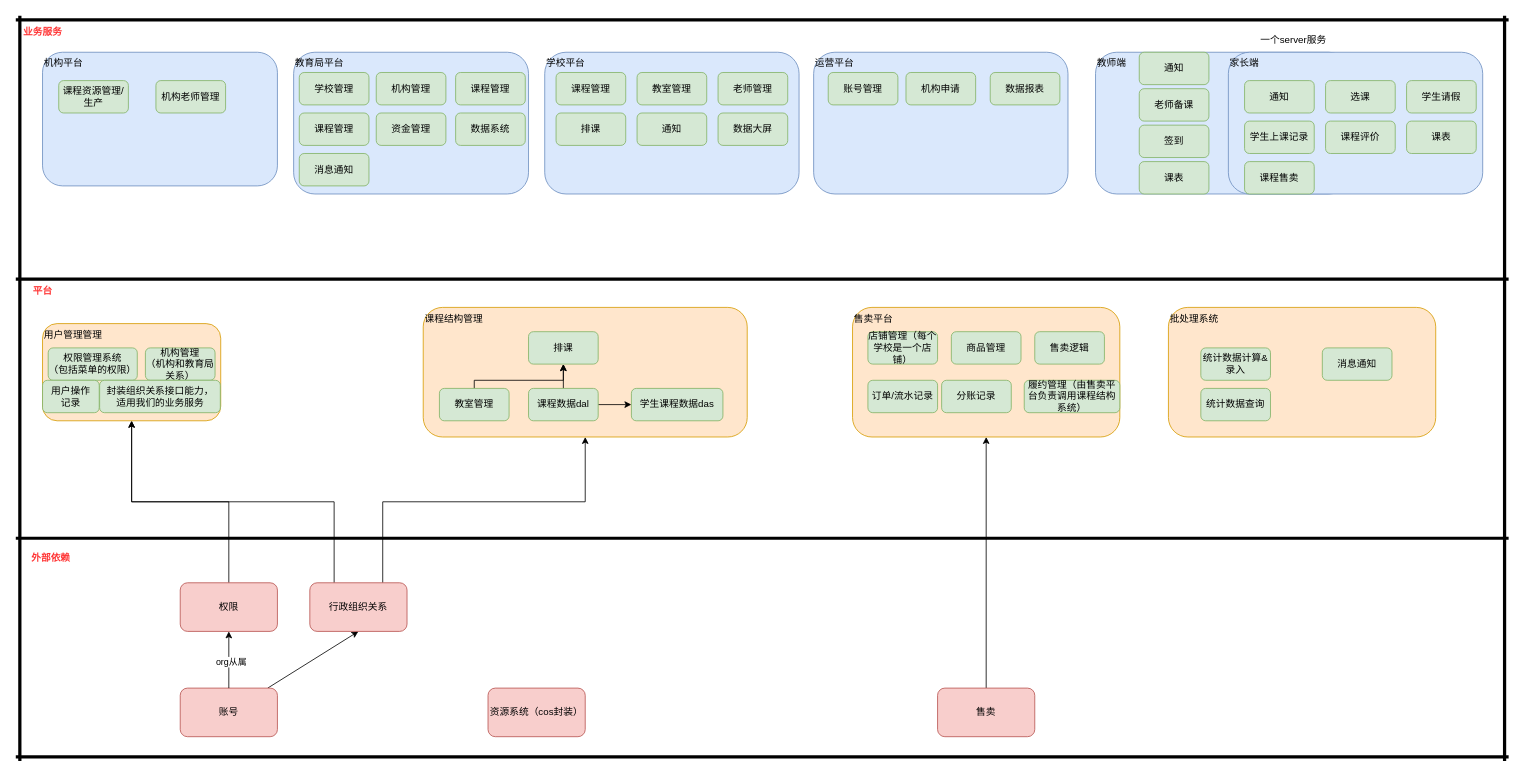
The draw.io diagram 330-组织架构.drawio in wgyuuu/flow_chart, before the edit. Source tidied: cells renumbered, new cells numbered last; positions are measured from the earlier drawing's top-left corner, leaving out a move shared by most shapes. Both pictures are drawn from the tidied source at 81%, with x=0, y=0 at pixel (15, 15).
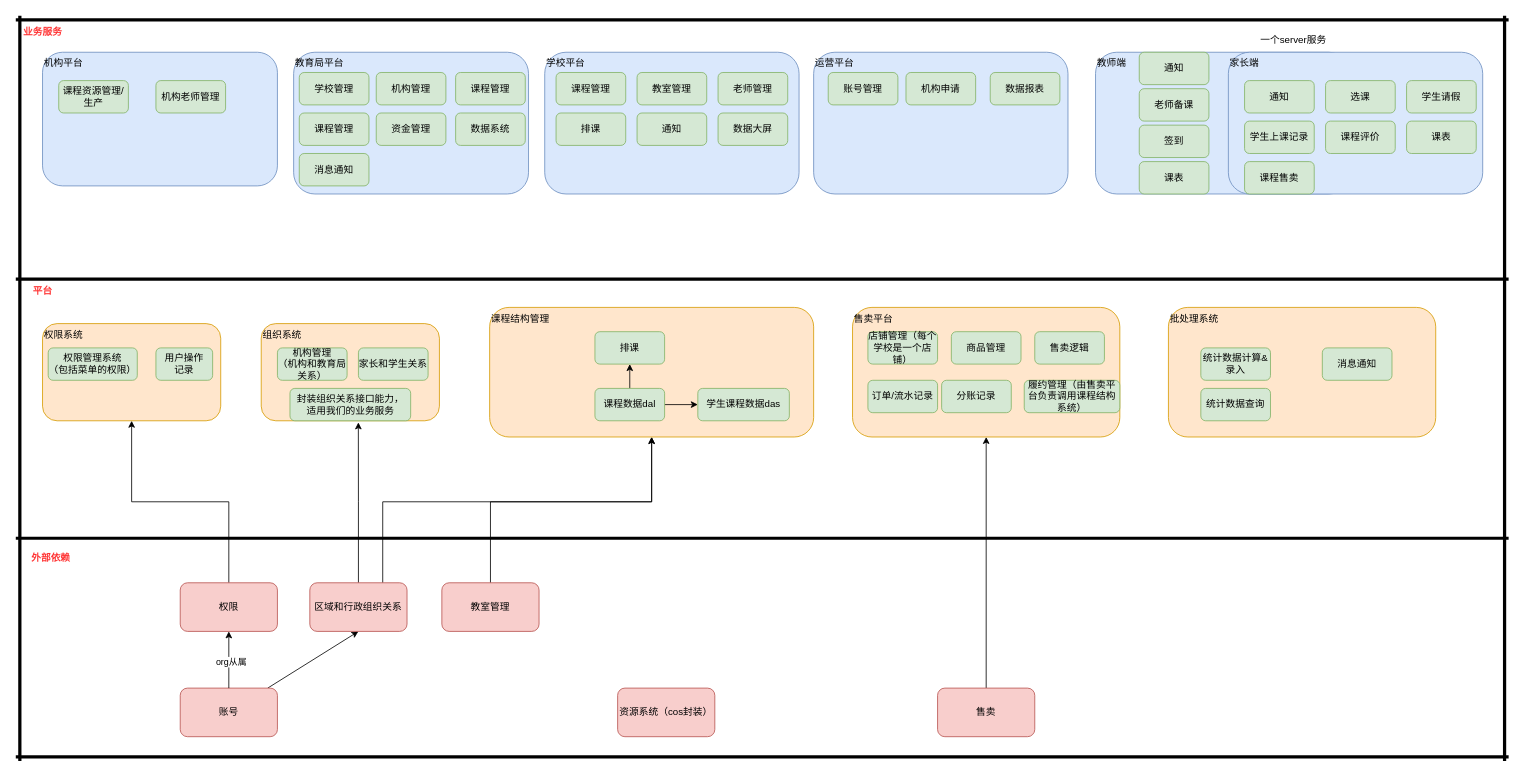
The same diagram, later.

What changed in the source:
```diff
@@
     <mxCell id="6" style="edgeStyle=orthogonalEdgeStyle;rounded=0;jettySize=auto;html=1;entryX=0.5;entryY=1;entryDx=0;entryDy=0;" parent="1" edge="1" source="8" target="12">
       <mxGeometry relative="1" as="geometry">
         <Array as="points">
           <mxPoint x="453" y="600" />
-          <mxPoint x="703" y="600" />
+          <mxPoint x="785" y="600" />
         </Array>
       </mxGeometry>
     </mxCell>
-    <mxCell id="7" style="edgeStyle=orthogonalEdgeStyle;rounded=0;jettySize=auto;html=1;entryX=0.5;entryY=1;entryDx=0;entryDy=0;" parent="1" edge="1" source="8" target="11">
-      <mxGeometry relative="1" as="geometry">
-        <Array as="points">
-          <mxPoint x="393" y="600" />
-          <mxPoint x="143" y="600" />
-        </Array>
-      </mxGeometry>
-    </mxCell>
+    <mxCell id="83" style="edgeStyle=orthogonalEdgeStyle;rounded=0;jettySize=auto;html=1;entryX=0.545;entryY=1.017;entryDx=0;entryDy=0;entryPerimeter=0;" parent="1" edge="1" source="8" target="84">
+      <mxGeometry relative="1" as="geometry" />
+    </mxCell>
-    <mxCell id="8" value="行政组织关系" style="rounded=1;whiteSpace=wrap;html=1;fillColor=#f8cecc;strokeColor=#b85450;" parent="1" vertex="1">
+    <mxCell id="8" value="区域和行政组织关系" style="rounded=1;whiteSpace=wrap;html=1;fillColor=#f8cecc;strokeColor=#b85450;" parent="1" vertex="1">
       <mxGeometry x="363" y="700" width="120" height="60" as="geometry" />
     </mxCell>
@@
-    <mxCell id="11" value="用户管理管理" style="rounded=1;whiteSpace=wrap;html=1;verticalAlign=top;align=left;fillColor=#ffe6cc;strokeColor=#d79b00;" parent="1" vertex="1">
+    <mxCell id="11" value="权限系统" style="rounded=1;whiteSpace=wrap;html=1;verticalAlign=top;align=left;fillColor=#ffe6cc;strokeColor=#d79b00;" parent="1" vertex="1">
       <mxGeometry x="33" y="380" width="220" height="120" as="geometry" />
     </mxCell>
     <mxCell id="12" value="课程结构管理" style="rounded=1;whiteSpace=wrap;html=1;verticalAlign=top;align=left;fillColor=#ffe6cc;strokeColor=#d79b00;" parent="1" vertex="1">
-      <mxGeometry x="503" y="360" width="400" height="160" as="geometry" />
+      <mxGeometry x="585" y="360" width="400" height="160" as="geometry" />
     </mxCell>
@@
     <mxCell id="16" value="课程数据dal" style="rounded=1;whiteSpace=wrap;html=1;align=center;verticalAlign=middle;fillColor=#d5e8d4;strokeColor=#82b366;" parent="1" vertex="1">
-      <mxGeometry x="633" y="460" width="86" height="40" as="geometry" />
+      <mxGeometry x="715" y="460" width="86" height="40" as="geometry" />
     </mxCell>
     <mxCell id="17" value="学生课程数据das" style="rounded=1;whiteSpace=wrap;html=1;align=center;verticalAlign=middle;fillColor=#d5e8d4;strokeColor=#82b366;" parent="1" vertex="1">
-      <mxGeometry x="760" y="460" width="113" height="40" as="geometry" />
+      <mxGeometry x="842" y="460" width="113" height="40" as="geometry" />
     </mxCell>
     <mxCell id="18" value="排课" style="rounded=1;whiteSpace=wrap;html=1;align=center;verticalAlign=middle;fillColor=#d5e8d4;strokeColor=#82b366;" parent="1" vertex="1">
-      <mxGeometry x="633" y="390" width="86" height="40" as="geometry" />
+      <mxGeometry x="715" y="390" width="86" height="40" as="geometry" />
     </mxCell>
@@
-    <mxCell id="21" value="机构管理&lt;br&gt;（机构和教育局关系）" style="rounded=1;whiteSpace=wrap;html=1;align=center;verticalAlign=middle;fillColor=#d5e8d4;strokeColor=#82b366;" parent="1" vertex="1">
-      <mxGeometry x="160" y="410" width="86" height="40" as="geometry" />
-    </mxCell>
     <mxCell id="22" value="资源系统（cos封装）" style="rounded=1;whiteSpace=wrap;html=1;align=center;verticalAlign=middle;fillColor=#f8cecc;strokeColor=#b85450;" parent="1" vertex="1">
-      <mxGeometry x="583" y="830" width="120" height="60" as="geometry" />
+      <mxGeometry x="743" y="830" width="120" height="60" as="geometry" />
     </mxCell>
@@
-    <mxCell id="48" style="edgeStyle=orthogonalEdgeStyle;rounded=0;jettySize=auto;html=1;" parent="1" edge="1" source="49" target="18">
-      <mxGeometry relative="1" as="geometry">
-        <Array as="points">
-          <mxPoint x="566" y="450" />
-          <mxPoint x="676" y="450" />
-        </Array>
-      </mxGeometry>
-    </mxCell>
-    <mxCell id="49" value="教室管理" style="rounded=1;whiteSpace=wrap;html=1;align=center;verticalAlign=middle;fillColor=#d5e8d4;strokeColor=#82b366;" parent="1" vertex="1">
-      <mxGeometry x="523" y="460" width="86" height="40" as="geometry" />
-    </mxCell>
@@
     <mxCell id="81" value="用户操作&lt;br&gt;记录" style="rounded=1;whiteSpace=wrap;html=1;align=center;verticalAlign=middle;fillColor=#d5e8d4;strokeColor=#82b366;" parent="1" vertex="1">
-      <mxGeometry x="33" y="450" width="70" height="40" as="geometry" />
+      <mxGeometry x="173" y="410" width="70" height="40" as="geometry" />
     </mxCell>
+    <mxCell id="84" value="组织系统" style="rounded=1;whiteSpace=wrap;html=1;verticalAlign=top;align=left;fillColor=#ffe6cc;strokeColor=#d79b00;" parent="1" vertex="1">
+      <mxGeometry x="303" y="380" width="220" height="120" as="geometry" />
+    </mxCell>
+    <mxCell id="21" value="机构管理&lt;br&gt;（机构和教育局关系）" style="rounded=1;whiteSpace=wrap;html=1;align=center;verticalAlign=middle;fillColor=#d5e8d4;strokeColor=#82b366;" parent="1" vertex="1">
+      <mxGeometry x="323" y="410" width="86" height="40" as="geometry" />
+    </mxCell>
+    <mxCell id="85" value="家长和学生关系" style="rounded=1;whiteSpace=wrap;html=1;align=center;verticalAlign=middle;fillColor=#d5e8d4;strokeColor=#82b366;" parent="1" vertex="1">
+      <mxGeometry x="423" y="410" width="86" height="40" as="geometry" />
+    </mxCell>
+    <mxCell id="86" style="edgeStyle=orthogonalEdgeStyle;rounded=0;jettySize=auto;html=1;entryX=0.5;entryY=1;entryDx=0;entryDy=0;" parent="1" edge="1" source="49" target="12">
+      <mxGeometry relative="1" as="geometry">
+        <Array as="points">
+          <mxPoint x="586" y="600" />
+          <mxPoint x="785" y="600" />
+        </Array>
+      </mxGeometry>
+    </mxCell>
+    <mxCell id="49" value="教室管理" style="rounded=1;whiteSpace=wrap;html=1;fillColor=#f8cecc;strokeColor=#b85450;" parent="1" vertex="1">
+      <mxGeometry x="526" y="700" width="120" height="60" as="geometry" />
+    </mxCell>
     <mxCell id="82" value="封装组织关系接口能力，&lt;br&gt;适用我们的业务服务" style="rounded=1;whiteSpace=wrap;html=1;align=center;verticalAlign=middle;fillColor=#d5e8d4;strokeColor=#82b366;" parent="1" vertex="1">
-      <mxGeometry x="103.5" y="450" width="149" height="40" as="geometry" />
+      <mxGeometry x="338.5" y="460" width="149" height="40" as="geometry" />
     </mxCell>
```
